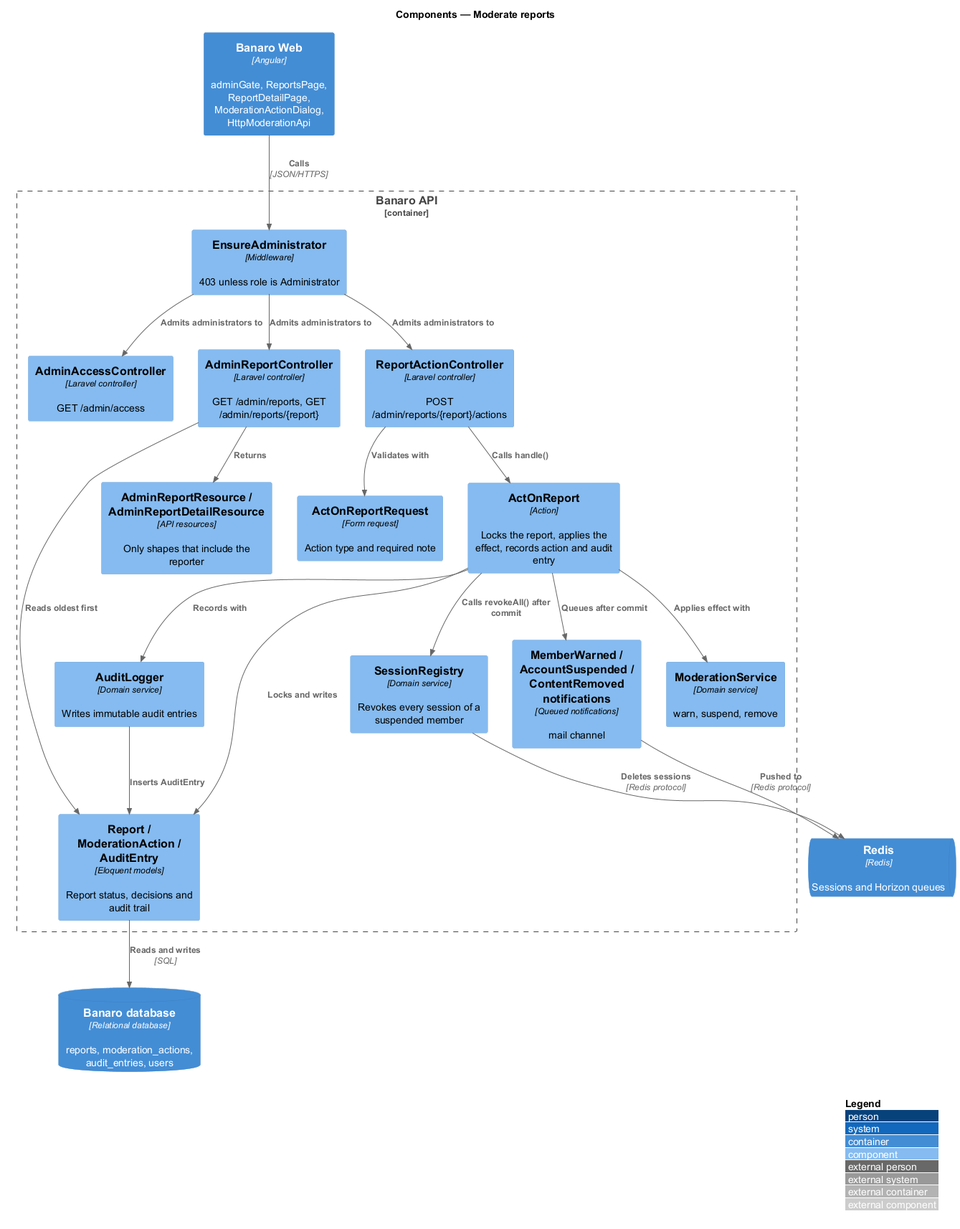
Above: docs/detailed-designs/trust-and-safety/moderate-reports/diagrams/c4-component.png in QuinntyneBrown/banaro (PlantUML), before the change.
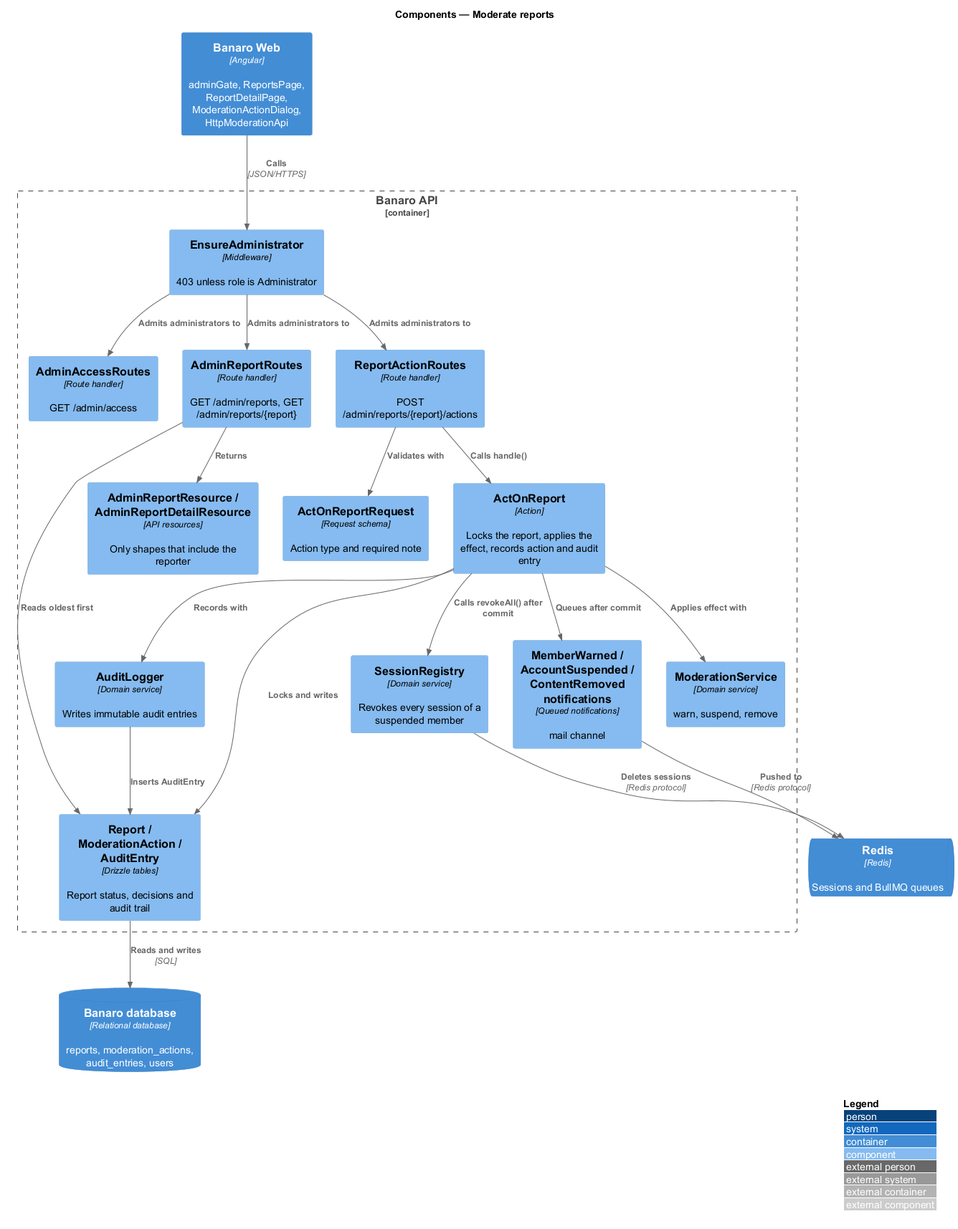
Later version of the same file.

Diff of the diagram source:
```diff
@@ -5,19 +5,19 @@
 
 Container(web, "Banaro Web", "Angular", "adminGate, ReportsPage, ReportDetailPage, ModerationActionDialog, HttpModerationApi")
 ContainerDb(db, "Banaro database", "Relational database", "reports, moderation_actions, audit_entries, users")
-ContainerQueue(redis, "Redis", "Redis", "Sessions and Horizon queues")
+ContainerQueue(redis, "Redis", "Redis", "Sessions and BullMQ queues")
 
 Container_Boundary(api, "Banaro API") {
   Component(mw, "EnsureAdministrator", "Middleware", "403 unless role is Administrator")
-  Component(access, "AdminAccessController", "Laravel controller", "GET /admin/access")
-  Component(list, "AdminReportController", "Laravel controller", "GET /admin/reports, GET /admin/reports/{report}")
-  Component(actCtrl, "ReportActionController", "Laravel controller", "POST /admin/reports/{report}/actions")
-  Component(req, "ActOnReportRequest", "Form request", "Action type and required note")
+  Component(access, "AdminAccessRoutes", "Route handler", "GET /admin/access")
+  Component(list, "AdminReportRoutes", "Route handler", "GET /admin/reports, GET /admin/reports/{report}")
+  Component(actCtrl, "ReportActionRoutes", "Route handler", "POST /admin/reports/{report}/actions")
+  Component(req, "ActOnReportRequest", "Request schema", "Action type and required note")
   Component(action, "ActOnReport", "Action", "Locks the report, applies the effect, records action and audit entry")
   Component(moderation, "ModerationService", "Domain service", "warn, suspend, remove")
   Component(sessions, "SessionRegistry", "Domain service", "Revokes every session of a suspended member")
   Component(audit, "AuditLogger", "Domain service", "Writes immutable audit entries")
-  Component(models, "Report / ModerationAction / AuditEntry", "Eloquent models", "Report status, decisions and audit trail")
+  Component(models, "Report / ModerationAction / AuditEntry", "Drizzle tables", "Report status, decisions and audit trail")
   Component(resources, "AdminReportResource / AdminReportDetailResource", "API resources", "Only shapes that include the reporter")
   Component(notify, "MemberWarned / AccountSuspended / ContentRemoved notifications", "Queued notifications", "mail channel")
 }
```
